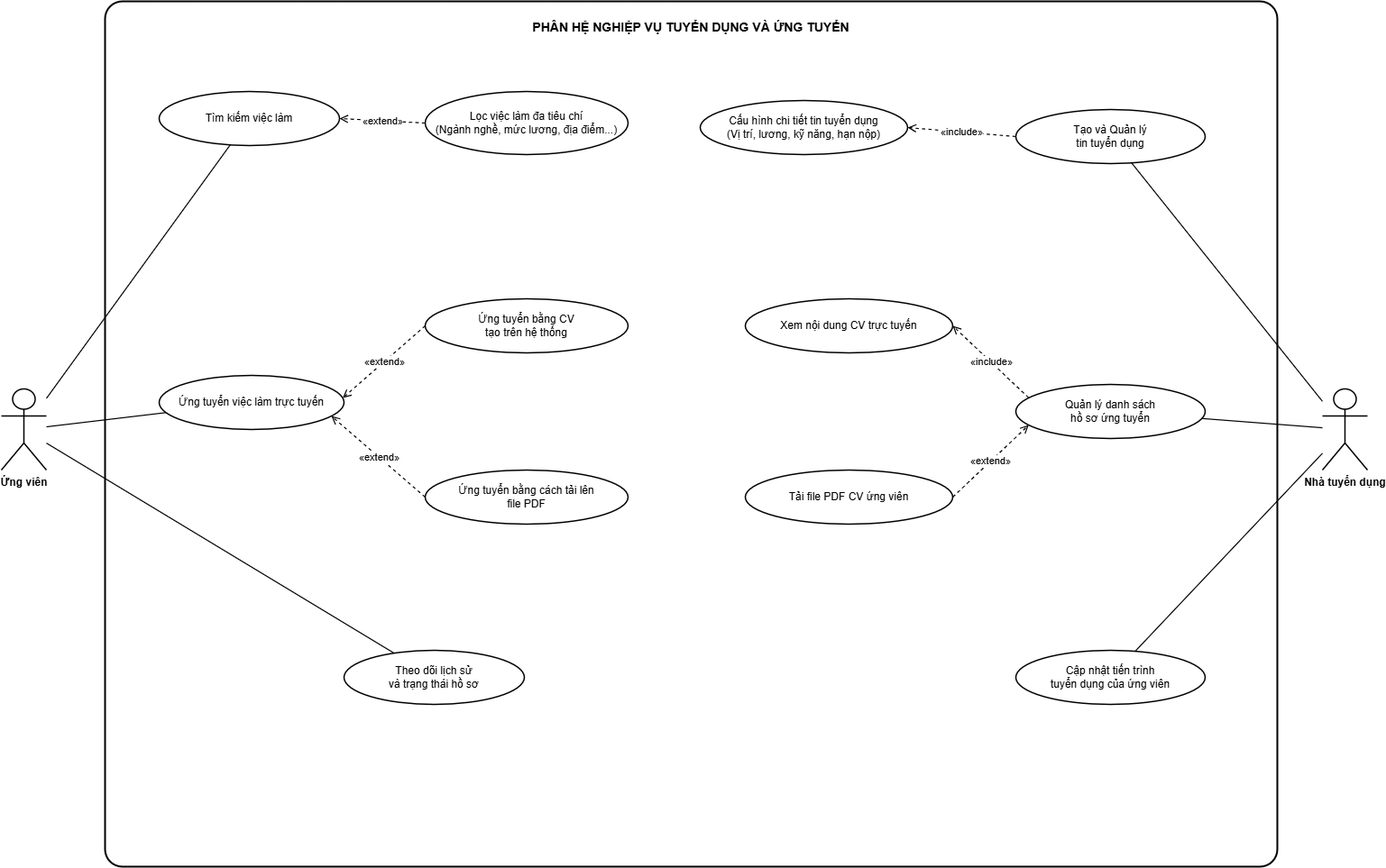
Above: diagrams/usecase_recruitment.png in SE-Project-CTU/smart-recruitment-docs (draw.io), before the change. Source tidied: cells renumbered, new cells last; positions are measured from the earlier drawing's top-left corner, leaving out a move shared by most shapes. Source of this version:
```xml
<mxGraphModel background="#FFFFFF">
  <root>
    <mxCell id="0" />
    <mxCell id="1" parent="0" />
    <mxCell id="2" value="PHÂN HỆ NGHIỆP VỤ TUYỂN DỤNG VÀ ỨNG TUYỂN" style="rounded=1;arcSize=2;whiteSpace=wrap;html=1;strokeWidth=2;strokeColor=#000000;fillColor=#FFFFFF;fontColor=#000000;fontStyle=1;fontSize=14;verticalAlign=top;spacingTop=14;glass=0;" parent="1" vertex="1">
      <mxGeometry x="115" width="1300" height="960" as="geometry" />
    </mxCell>
    <mxCell id="3" value="Ứng viên" style="shape=umlActor;verticalLabelPosition=bottom;verticalAlign=top;html=1;outlineConnect=0;strokeWidth=1.5;strokeColor=#000000;fillColor=#FFFFFF;fontColor=#000000;fontSize=12;fontStyle=1;align=center;" parent="1" vertex="1">
      <mxGeometry y="430" width="50" height="90" as="geometry" />
    </mxCell>
    <mxCell id="4" value="Nhà tuyển dụng" style="shape=umlActor;verticalLabelPosition=bottom;verticalAlign=top;html=1;outlineConnect=0;strokeWidth=1.5;strokeColor=#000000;fillColor=#FFFFFF;fontColor=#000000;fontSize=12;fontStyle=1;align=center;" parent="1" vertex="1">
      <mxGeometry x="1465" y="430" width="50" height="90" as="geometry" />
    </mxCell>
    <mxCell id="5" value="Tìm kiếm việc làm" style="ellipse;whiteSpace=wrap;html=1;strokeWidth=1.5;strokeColor=#000000;fillColor=#FFFFFF;fontColor=#000000;fontSize=12;align=center;verticalAlign=middle;" parent="1" vertex="1">
      <mxGeometry x="175" y="100" width="200" height="60" as="geometry" />
    </mxCell>
    <mxCell id="6" value="Ứng tuyển việc làm trực tuyến" style="ellipse;whiteSpace=wrap;html=1;strokeWidth=1.5;strokeColor=#000000;fillColor=#FFFFFF;fontColor=#000000;fontSize=12;align=center;verticalAlign=middle;" parent="1" vertex="1">
      <mxGeometry x="175" y="415" width="205" height="60" as="geometry" />
    </mxCell>
    <mxCell id="7" value="Theo dõi lịch sử&#10;và trạng thái hồ sơ" style="ellipse;whiteSpace=wrap;html=1;strokeWidth=1.5;strokeColor=#000000;fillColor=#FFFFFF;fontColor=#000000;fontSize=12;align=center;verticalAlign=middle;" parent="1" vertex="1">
      <mxGeometry x="380" y="720" width="200" height="60" as="geometry" />
    </mxCell>
    <mxCell id="8" value="Lọc việc làm đa tiêu chí&#10;(Ngành nghề, mức lương, địa điểm...)" style="ellipse;whiteSpace=wrap;html=1;strokeWidth=1.5;strokeColor=#000000;fillColor=#FFFFFF;fontColor=#000000;fontSize=12;align=center;verticalAlign=middle;" parent="1" vertex="1">
      <mxGeometry x="470" y="100" width="225" height="70" as="geometry" />
    </mxCell>
    <mxCell id="9" value="Ứng tuyển bằng CV&#10;tạo trên hệ thống" style="ellipse;whiteSpace=wrap;html=1;strokeWidth=1.5;strokeColor=#000000;fillColor=#FFFFFF;fontColor=#000000;fontSize=12;align=center;verticalAlign=middle;" parent="1" vertex="1">
      <mxGeometry x="470" y="330" width="225" height="60" as="geometry" />
    </mxCell>
    <mxCell id="10" value="Ứng tuyển bằng cách tải lên&lt;br&gt;file PDF" style="ellipse;whiteSpace=wrap;html=1;strokeWidth=1.5;strokeColor=#000000;fillColor=#FFFFFF;fontColor=#000000;fontSize=12;align=center;verticalAlign=middle;" parent="1" vertex="1">
      <mxGeometry x="470" y="520" width="225" height="60" as="geometry" />
    </mxCell>
    <mxCell id="11" value="Tạo và Quản lý&lt;br&gt;tin tuyển dụng" style="ellipse;whiteSpace=wrap;html=1;strokeWidth=1.5;strokeColor=#000000;fillColor=#FFFFFF;fontColor=#000000;fontSize=12;align=center;verticalAlign=middle;" parent="1" vertex="1">
      <mxGeometry x="1125" y="120" width="210" height="60" as="geometry" />
    </mxCell>
    <mxCell id="12" value="Quản lý danh sách&#10;hồ sơ ứng tuyển" style="ellipse;whiteSpace=wrap;html=1;strokeWidth=1.5;strokeColor=#000000;fillColor=#FFFFFF;fontColor=#000000;fontSize=12;align=center;verticalAlign=middle;" parent="1" vertex="1">
      <mxGeometry x="1125" y="425" width="210" height="60" as="geometry" />
    </mxCell>
    <mxCell id="13" value="Cập nhật tiến trình&#10;tuyển dụng của ứng viên" style="ellipse;whiteSpace=wrap;html=1;strokeWidth=1.5;strokeColor=#000000;fillColor=#FFFFFF;fontColor=#000000;fontSize=12;align=center;verticalAlign=middle;" parent="1" vertex="1">
      <mxGeometry x="1125" y="720" width="210" height="60" as="geometry" />
    </mxCell>
    <mxCell id="14" value="Cấu hình chi tiết tin tuyển dụng&#10;(Vị trí, lương, kỹ năng, hạn nộp)" style="ellipse;whiteSpace=wrap;html=1;strokeWidth=1.5;strokeColor=#000000;fillColor=#FFFFFF;fontColor=#000000;fontSize=12;align=center;verticalAlign=middle;" parent="1" vertex="1">
      <mxGeometry x="775" y="110" width="230" height="60" as="geometry" />
    </mxCell>
    <mxCell id="15" value="Xem nội dung CV trực tuyến" style="ellipse;whiteSpace=wrap;html=1;strokeWidth=1.5;strokeColor=#000000;fillColor=#FFFFFF;fontColor=#000000;fontSize=12;align=center;verticalAlign=middle;" parent="1" vertex="1">
      <mxGeometry x="825" y="330" width="230" height="60" as="geometry" />
    </mxCell>
    <mxCell id="16" value="Tải file PDF CV ứng viên" style="ellipse;whiteSpace=wrap;html=1;strokeWidth=1.5;strokeColor=#000000;fillColor=#FFFFFF;fontColor=#000000;fontSize=12;align=center;verticalAlign=middle;" parent="1" vertex="1">
      <mxGeometry x="825" y="520" width="230" height="60" as="geometry" />
    </mxCell>
    <mxCell id="17" style="endArrow=none;html=1;strokeWidth=1.2;strokeColor=#000000;" parent="1" edge="1" source="3" target="5">
      <mxGeometry relative="1" as="geometry" />
    </mxCell>
    <mxCell id="18" style="endArrow=none;html=1;strokeWidth=1.2;strokeColor=#000000;" parent="1" edge="1" source="3" target="6">
      <mxGeometry relative="1" as="geometry" />
    </mxCell>
    <mxCell id="19" style="endArrow=none;html=1;strokeWidth=1.2;strokeColor=#000000;" parent="1" edge="1" source="3" target="7">
      <mxGeometry relative="1" as="geometry" />
    </mxCell>
    <mxCell id="20" style="endArrow=none;html=1;strokeWidth=1.2;strokeColor=#000000;" parent="1" edge="1" source="4" target="11">
      <mxGeometry relative="1" as="geometry" />
    </mxCell>
    <mxCell id="21" style="endArrow=none;html=1;strokeWidth=1.2;strokeColor=#000000;" parent="1" edge="1" source="4" target="12">
      <mxGeometry relative="1" as="geometry" />
    </mxCell>
    <mxCell id="22" style="endArrow=none;html=1;strokeWidth=1.2;strokeColor=#000000;" parent="1" edge="1" source="4" target="13">
      <mxGeometry relative="1" as="geometry" />
    </mxCell>
    <mxCell id="23" value="«extend»" style="dashed=1;endArrow=open;endFill=0;endSize=7;html=1;strokeWidth=1.2;strokeColor=#000000;fontColor=#000000;fontSize=11;labelBackgroundColor=#FFFFFF;exitX=0;exitY=0.5;exitDx=0;exitDy=0;entryX=1;entryY=0.5;entryDx=0;entryDy=0;" parent="1" edge="1" source="8" target="5">
      <mxGeometry relative="1" as="geometry" />
    </mxCell>
    <mxCell id="24" value="«extend»" style="dashed=1;endArrow=open;endFill=0;endSize=7;html=1;strokeWidth=1.2;strokeColor=#000000;fontColor=#000000;fontSize=11;labelBackgroundColor=#FFFFFF;exitX=0;exitY=0.5;exitDx=0;exitDy=0;entryX=1;entryY=0.4;entryDx=0;entryDy=0;" parent="1" edge="1" source="9" target="6">
      <mxGeometry relative="1" as="geometry" />
    </mxCell>
    <mxCell id="25" value="«extend»" style="dashed=1;endArrow=open;endFill=0;endSize=7;html=1;strokeWidth=1.2;strokeColor=#000000;fontColor=#000000;fontSize=11;labelBackgroundColor=#FFFFFF;exitX=0;exitY=0.5;exitDx=0;exitDy=0;entryX=1;entryY=0.8;entryDx=0;entryDy=0;" parent="1" edge="1" source="10" target="6">
      <mxGeometry relative="1" as="geometry" />
    </mxCell>
    <mxCell id="26" value="«include»" style="dashed=1;endArrow=open;endFill=0;endSize=7;html=1;strokeWidth=1.2;strokeColor=#000000;fontColor=#000000;fontSize=11;labelBackgroundColor=#FFFFFF;exitX=0;exitY=0.5;exitDx=0;exitDy=0;entryX=1;entryY=0.5;entryDx=0;entryDy=0;" parent="1" edge="1" source="11" target="14">
      <mxGeometry relative="1" as="geometry" />
    </mxCell>
    <mxCell id="27" value="«include»" style="dashed=1;endArrow=open;endFill=0;endSize=7;html=1;strokeWidth=1.2;strokeColor=#000000;fontColor=#000000;fontSize=11;labelBackgroundColor=#FFFFFF;exitX=0;exitY=0.2;exitDx=0;exitDy=0;entryX=1;entryY=0.5;entryDx=0;entryDy=0;" parent="1" edge="1" source="12" target="15">
      <mxGeometry relative="1" as="geometry" />
    </mxCell>
    <mxCell id="28" value="«extend»" style="dashed=1;endArrow=open;endFill=0;endSize=7;html=1;strokeWidth=1.2;strokeColor=#000000;fontColor=#000000;fontSize=11;labelBackgroundColor=#FFFFFF;exitX=1;exitY=0.5;exitDx=0;exitDy=0;entryX=0;entryY=0.8;entryDx=0;entryDy=0;" parent="1" edge="1" source="16" target="12">
      <mxGeometry relative="1" as="geometry" />
    </mxCell>
  </root>
</mxGraphModel>
```
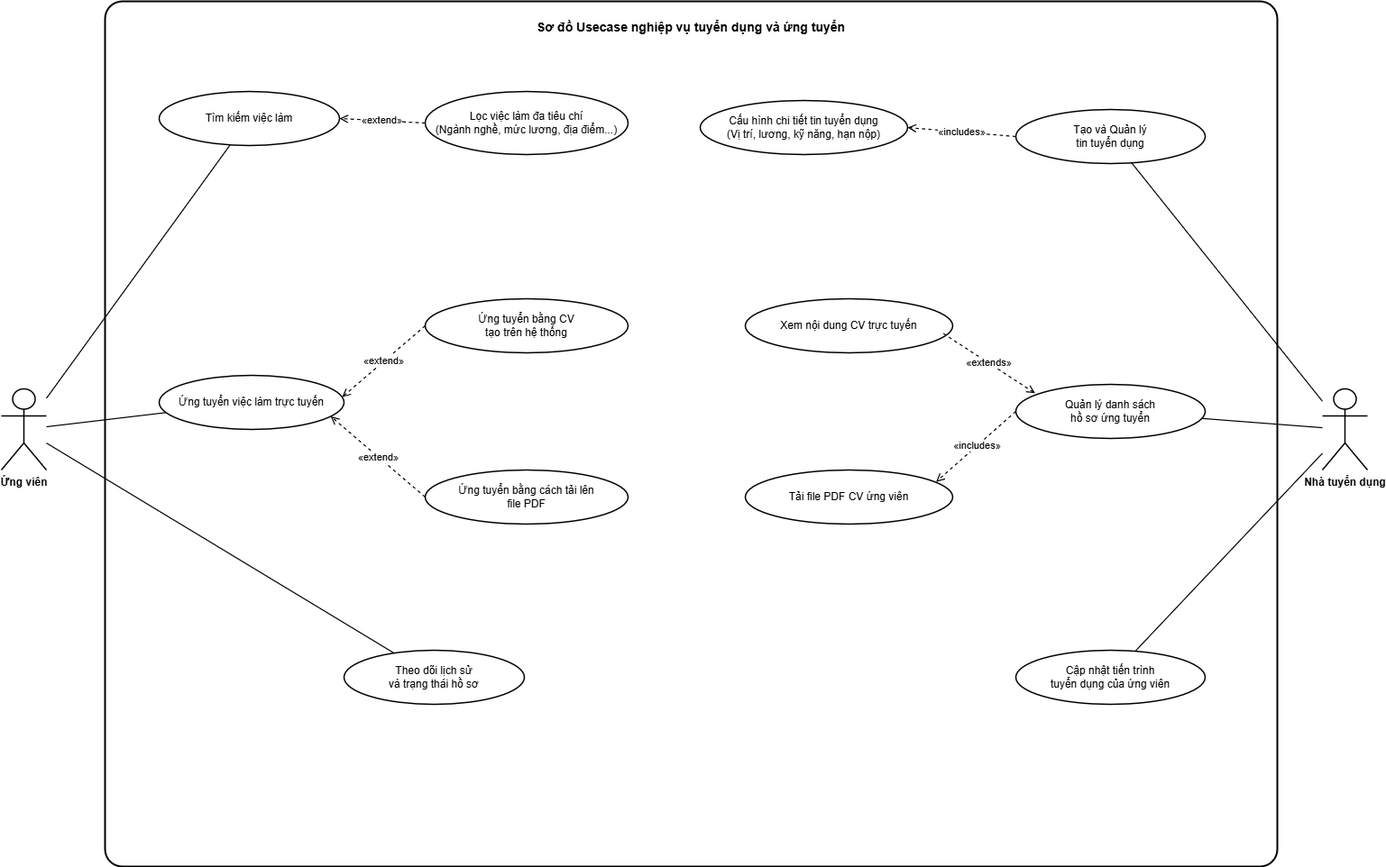
After the commit.

Change to the diagram source:
```diff
@@ -2,7 +2,7 @@
   <root>
     <mxCell id="0" />
     <mxCell id="1" parent="0" />
-    <mxCell id="2" value="PHÂN HỆ NGHIỆP VỤ TUYỂN DỤNG VÀ ỨNG TUYỂN" style="rounded=1;arcSize=2;whiteSpace=wrap;html=1;strokeWidth=2;strokeColor=#000000;fillColor=#FFFFFF;fontColor=#000000;fontStyle=1;fontSize=14;verticalAlign=top;spacingTop=14;glass=0;" parent="1" vertex="1">
+    <mxCell id="2" value="Sơ đồ Usecase nghiệp vụ tuyển dụng và ứng tuyển" style="rounded=1;arcSize=2;whiteSpace=wrap;html=1;strokeWidth=2;strokeColor=#000000;fillColor=#FFFFFF;fontColor=#000000;fontStyle=1;fontSize=14;verticalAlign=top;spacingTop=14;glass=0;" parent="1" vertex="1">
       <mxGeometry x="115" width="1300" height="960" as="geometry" />
     </mxCell>
     <mxCell id="3" value="Ứng viên" style="shape=umlActor;verticalLabelPosition=bottom;verticalAlign=top;html=1;outlineConnect=0;strokeWidth=1.5;strokeColor=#000000;fillColor=#FFFFFF;fontColor=#000000;fontSize=12;fontStyle=1;align=center;" parent="1" vertex="1">
@@ -74,13 +74,13 @@
     <mxCell id="25" value="«extend»" style="dashed=1;endArrow=open;endFill=0;endSize=7;html=1;strokeWidth=1.2;strokeColor=#000000;fontColor=#000000;fontSize=11;labelBackgroundColor=#FFFFFF;exitX=0;exitY=0.5;exitDx=0;exitDy=0;entryX=1;entryY=0.8;entryDx=0;entryDy=0;" parent="1" edge="1" source="10" target="6">
       <mxGeometry relative="1" as="geometry" />
     </mxCell>
-    <mxCell id="26" value="«include»" style="dashed=1;endArrow=open;endFill=0;endSize=7;html=1;strokeWidth=1.2;strokeColor=#000000;fontColor=#000000;fontSize=11;labelBackgroundColor=#FFFFFF;exitX=0;exitY=0.5;exitDx=0;exitDy=0;entryX=1;entryY=0.5;entryDx=0;entryDy=0;" parent="1" edge="1" source="11" target="14">
+    <mxCell id="26" value="«includes»" style="dashed=1;endArrow=open;endFill=0;endSize=7;html=1;strokeWidth=1.2;strokeColor=#000000;fontColor=#000000;fontSize=11;labelBackgroundColor=#FFFFFF;exitX=0;exitY=0.5;exitDx=0;exitDy=0;entryX=1;entryY=0.5;entryDx=0;entryDy=0;" parent="1" edge="1" source="11" target="14">
       <mxGeometry relative="1" as="geometry" />
     </mxCell>
-    <mxCell id="27" value="«include»" style="dashed=1;endArrow=open;endFill=0;endSize=7;html=1;strokeWidth=1.2;strokeColor=#000000;fontColor=#000000;fontSize=11;labelBackgroundColor=#FFFFFF;exitX=0;exitY=0.2;exitDx=0;exitDy=0;entryX=1;entryY=0.5;entryDx=0;entryDy=0;" parent="1" edge="1" source="12" target="15">
+    <mxCell id="27" value="«extends»" style="dashed=1;endArrow=open;endFill=0;endSize=7;html=1;strokeWidth=1.2;strokeColor=#000000;fontColor=#000000;fontSize=11;labelBackgroundColor=#FFFFFF;exitX=0.955;exitY=0.643;exitDx=0;exitDy=0;exitPerimeter=0;entryX=0.102;entryY=0.164;entryDx=0;entryDy=0;entryPerimeter=0;" parent="1" edge="1" source="15" target="12">
       <mxGeometry relative="1" as="geometry" />
     </mxCell>
-    <mxCell id="28" value="«extend»" style="dashed=1;endArrow=open;endFill=0;endSize=7;html=1;strokeWidth=1.2;strokeColor=#000000;fontColor=#000000;fontSize=11;labelBackgroundColor=#FFFFFF;exitX=1;exitY=0.5;exitDx=0;exitDy=0;entryX=0;entryY=0.8;entryDx=0;entryDy=0;" parent="1" edge="1" source="16" target="12">
+    <mxCell id="28" value="«includes»" style="dashed=1;endArrow=open;endFill=0;endSize=7;html=1;strokeWidth=1.2;strokeColor=#000000;fontColor=#000000;fontSize=11;labelBackgroundColor=#FFFFFF;exitX=0;exitY=0.5;exitDx=0;exitDy=0;entryX=0.92;entryY=0.219;entryDx=0;entryDy=0;entryPerimeter=0;" parent="1" edge="1" source="12" target="16">
       <mxGeometry relative="1" as="geometry" />
     </mxCell>
   </root>
```
